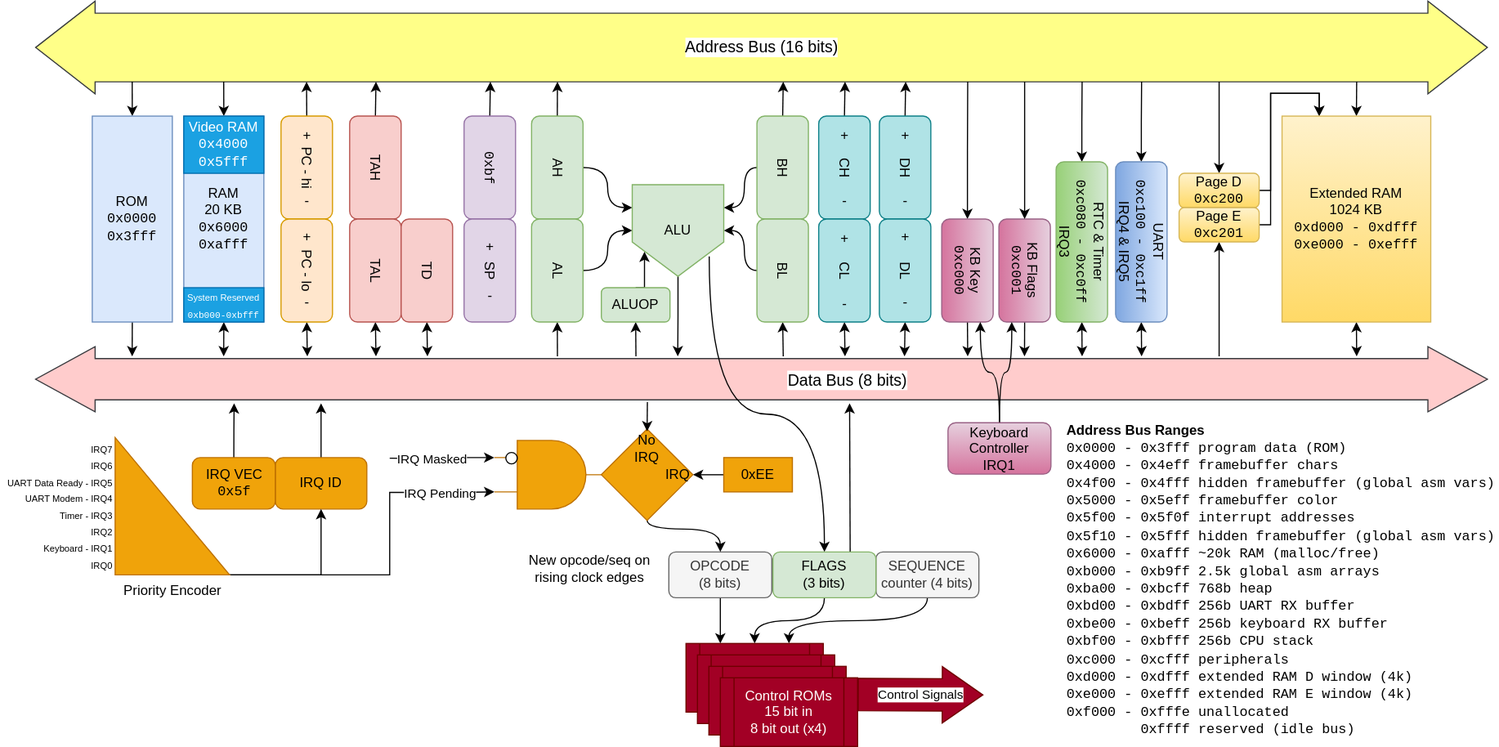
Before: img/CPU Block Diagram.drawio.svg, a diagram exported from draw.io (skaven81/wirewrapodyssey.com). Source tidied: cells renumbered, new cells last; positions are measured from the earlier drawing's top-left corner, leaving out a move shared by most shapes.
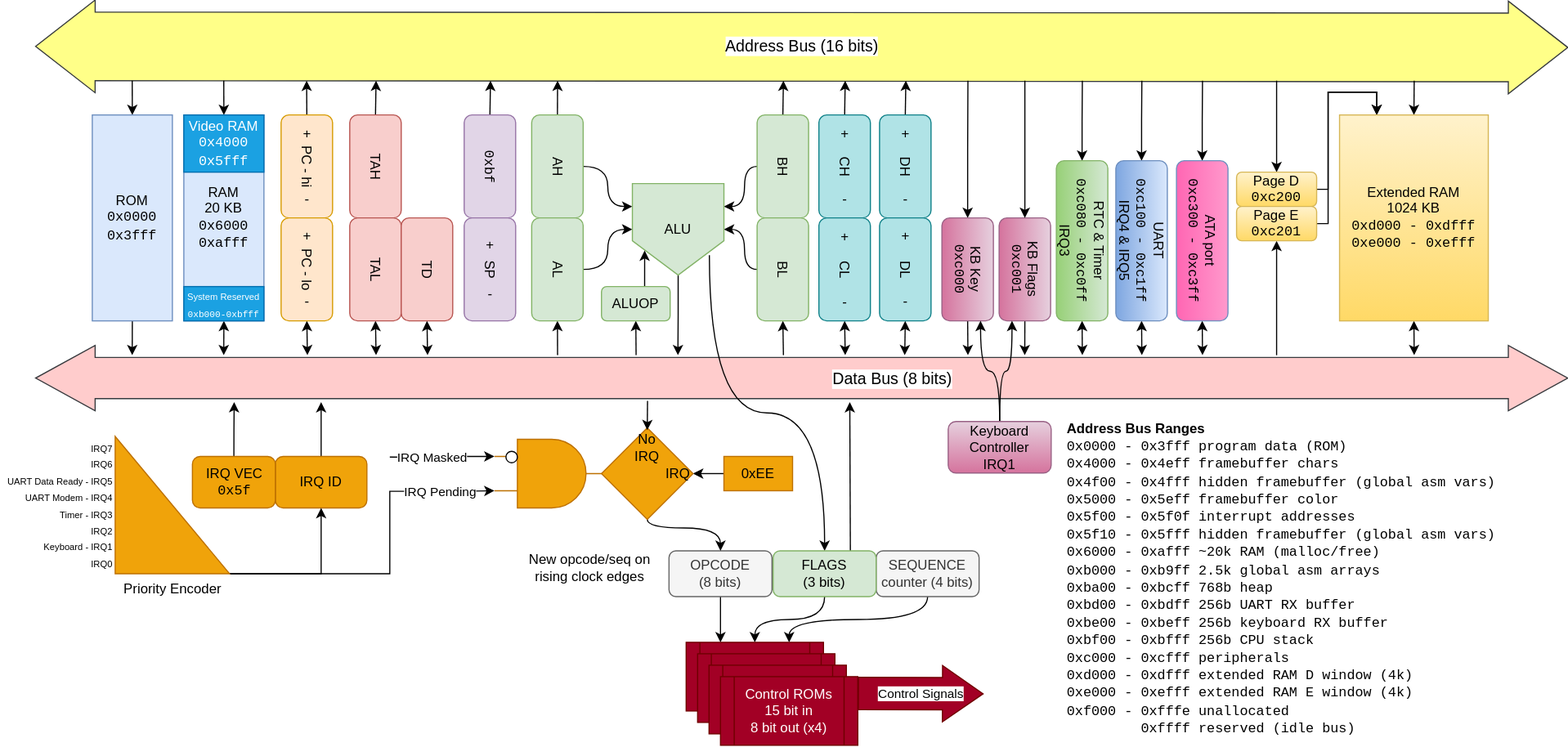
After the commit.

Commit message:
Update block diagram to include ATA port

Diff of the diagram source:
```diff
@@ -5,13 +5,13 @@
     <mxCell id="2" value="&lt;font style=&quot;font-size: 14px;&quot;&gt;Address Bus (16 bits)&lt;/font&gt;" style="shape=flexArrow;endArrow=classic;startArrow=classic;html=1;rounded=0;fillColor=#ffff88;strokeColor=#36393d;width=60;startSize=17;endSize=17;" parent="1" edge="1">
       <mxGeometry relative="1" as="geometry">
         <mxPoint x="30" as="sourcePoint" />
-        <mxPoint x="1300" as="targetPoint" />
+        <mxPoint x="1370" y="1" as="targetPoint" />
       </mxGeometry>
     </mxCell>
     <mxCell id="3" value="&lt;font style=&quot;font-size: 14px;&quot;&gt;Data Bus (8 bits)&lt;/font&gt;" style="shape=flexArrow;endArrow=classic;startArrow=classic;html=1;rounded=0;fillColor=#ffcccc;strokeColor=#36393d;width=36;startSize=17;endSize=17;" parent="1" edge="1">
       <mxGeometry x="0.12" y="-1" relative="1" as="geometry">
         <mxPoint x="30" y="290" as="sourcePoint" />
-        <mxPoint x="1300" y="290" as="targetPoint" />
+        <mxPoint x="1370" y="290" as="targetPoint" />
       </mxGeometry>
     </mxCell>
     <mxCell id="4" style="edgeStyle=orthogonalEdgeStyle;rounded=0;jettySize=auto;html=1;exitX=0;exitY=0.5;exitDx=0;exitDy=0;" parent="1" edge="1" source="5">
@@ -342,50 +342,50 @@
     </mxCell>
     <mxCell id="87" style="rounded=0;jettySize=auto;html=1;exitX=0.5;exitY=0;exitDx=0;exitDy=0;startArrow=classic;startFill=1;endArrow=none;endFill=0;" parent="1" edge="1" source="89">
       <mxGeometry relative="1" as="geometry">
-        <mxPoint x="1065" y="30" as="targetPoint" />
+        <mxPoint x="1115" y="30" as="targetPoint" />
       </mxGeometry>
     </mxCell>
     <mxCell id="88" style="edgeStyle=orthogonalEdgeStyle;rounded=0;jettySize=auto;html=1;exitX=1;exitY=0.5;exitDx=0;exitDy=0;entryX=0.25;entryY=0;entryDx=0;entryDy=0;" parent="1" edge="1" source="89" target="95">
       <mxGeometry relative="1" as="geometry">
         <Array as="points">
-          <mxPoint x="1110" y="125" />
-          <mxPoint x="1110" y="40" />
-          <mxPoint x="1152" y="40" />
+          <mxPoint x="1160" y="125" />
+          <mxPoint x="1160" y="40" />
+          <mxPoint x="1202" y="40" />
         </Array>
       </mxGeometry>
     </mxCell>
     <mxCell id="89" value="Page D&lt;br&gt;&lt;font face=&quot;Courier New&quot;&gt;0xc200&lt;/font&gt;" style="rounded=1;whiteSpace=wrap;html=1;fillColor=#fff2cc;strokeColor=#d6b656;gradientColor=#ffd966;" parent="1" vertex="1">
-      <mxGeometry x="1030" y="110" width="70" height="30" as="geometry" />
+      <mxGeometry x="1080" y="110" width="70" height="30" as="geometry" />
     </mxCell>
     <mxCell id="90" style="edgeStyle=orthogonalEdgeStyle;rounded=0;jettySize=auto;html=1;exitX=0.5;exitY=1;exitDx=0;exitDy=0;startArrow=classic;startFill=1;endArrow=none;endFill=0;" parent="1" edge="1" source="92">
       <mxGeometry relative="1" as="geometry">
-        <mxPoint x="1065" y="270" as="targetPoint" />
+        <mxPoint x="1115" y="270" as="targetPoint" />
       </mxGeometry>
     </mxCell>
     <mxCell id="91" style="edgeStyle=orthogonalEdgeStyle;rounded=0;jettySize=auto;html=1;exitX=1;exitY=0.5;exitDx=0;exitDy=0;entryX=0.25;entryY=0;entryDx=0;entryDy=0;" parent="1" edge="1" source="92" target="95">
       <mxGeometry relative="1" as="geometry">
         <Array as="points">
-          <mxPoint x="1110" y="155" />
-          <mxPoint x="1110" y="40" />
-          <mxPoint x="1152" y="40" />
+          <mxPoint x="1160" y="155" />
+          <mxPoint x="1160" y="40" />
+          <mxPoint x="1202" y="40" />
         </Array>
       </mxGeometry>
     </mxCell>
     <mxCell id="92" value="Page E&lt;br&gt;&lt;font face=&quot;Courier New&quot;&gt;0xc201&lt;/font&gt;" style="rounded=1;whiteSpace=wrap;html=1;fillColor=#fff2cc;strokeColor=#d6b656;gradientColor=#ffd966;" parent="1" vertex="1">
-      <mxGeometry x="1030" y="140" width="70" height="30" as="geometry" />
+      <mxGeometry x="1080" y="140" width="70" height="30" as="geometry" />
     </mxCell>
     <mxCell id="93" style="edgeStyle=orthogonalEdgeStyle;rounded=0;jettySize=auto;html=1;exitX=0.5;exitY=0;exitDx=0;exitDy=0;startArrow=classic;startFill=1;endArrow=none;endFill=0;" parent="1" edge="1" source="95">
       <mxGeometry relative="1" as="geometry">
-        <mxPoint x="1185.2" y="30" as="targetPoint" />
+        <mxPoint x="1235.2" y="30" as="targetPoint" />
       </mxGeometry>
     </mxCell>
     <mxCell id="94" style="edgeStyle=orthogonalEdgeStyle;rounded=0;jettySize=auto;html=1;exitX=0.5;exitY=1;exitDx=0;exitDy=0;startArrow=classic;startFill=1;" parent="1" edge="1" source="95">
       <mxGeometry relative="1" as="geometry">
-        <mxPoint x="1185.2" y="270" as="targetPoint" />
+        <mxPoint x="1235.2" y="270" as="targetPoint" />
       </mxGeometry>
     </mxCell>
     <mxCell id="95" value="Extended RAM&lt;br&gt;1024 KB&lt;br&gt;&lt;font face=&quot;Courier New&quot;&gt;0xd000 - 0xdfff&lt;br&gt;0xe000 - 0xefff&lt;/font&gt;" style="rounded=0;whiteSpace=wrap;html=1;fillColor=#fff2cc;strokeColor=#d6b656;gradientColor=#ffd966;" parent="1" vertex="1">
-      <mxGeometry x="1120" y="60" width="130" height="180" as="geometry" />
+      <mxGeometry x="1170" y="60" width="130" height="180" as="geometry" />
     </mxCell>
     <mxCell id="96" value="Video RAM&lt;br&gt;&lt;font face=&quot;Courier New&quot;&gt;0x4000&lt;br&gt;0x5fff&lt;/font&gt;" style="rounded=0;whiteSpace=wrap;html=1;fillColor=#1ba1e2;strokeColor=#006EAF;fontColor=#ffffff;" parent="1" vertex="1">
       <mxGeometry x="160" y="60" width="70" height="50" as="geometry" />
@@ -473,5 +473,18 @@
     <mxCell id="116" value="Keyboard&lt;br&gt;Controller&lt;br&gt;IRQ1" style="rounded=1;whiteSpace=wrap;html=1;rotation=0;fillColor=#e6d0de;gradientColor=#d5739d;strokeColor=#996185;" parent="1" vertex="1">
       <mxGeometry x="828" y="328" width="90" height="45" as="geometry" />
     </mxCell>
+    <mxCell id="117" style="edgeStyle=orthogonalEdgeStyle;rounded=0;jettySize=auto;html=1;exitX=0;exitY=0.5;exitDx=0;exitDy=0;startArrow=classic;startFill=1;endArrow=none;endFill=0;" parent="1" edge="1" source="119">
+      <mxGeometry relative="1" as="geometry">
+        <mxPoint x="1050.2" y="30" as="targetPoint" />
+      </mxGeometry>
+    </mxCell>
+    <mxCell id="118" style="edgeStyle=orthogonalEdgeStyle;rounded=0;jettySize=auto;html=1;exitX=1;exitY=0.5;exitDx=0;exitDy=0;startArrow=classic;startFill=1;" parent="1" edge="1" source="119">
+      <mxGeometry relative="1" as="geometry">
+        <mxPoint x="1050.2" y="270" as="targetPoint" />
+      </mxGeometry>
+    </mxCell>
+    <mxCell id="119" value="ATA port&lt;br&gt;&lt;font face=&quot;Courier New&quot;&gt;0xc300 - 0xc3ff&lt;/font&gt;" style="rounded=1;whiteSpace=wrap;html=1;rotation=90;fillColor=#FF99CC;gradientColor=#FF66B3;strokeColor=#6c8ebf;" parent="1" vertex="1">
+      <mxGeometry x="980" y="147.5" width="140" height="45" as="geometry" />
+    </mxCell>
   </root>
 </mxGraphModel>
```
